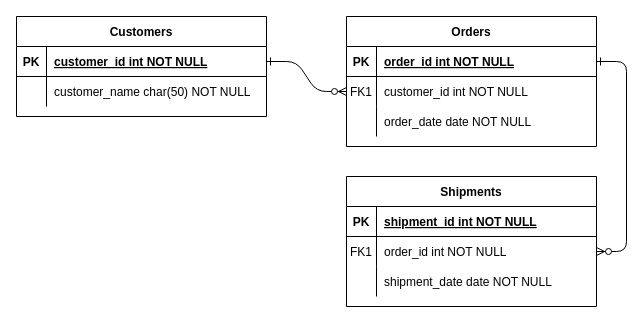
Before: Диаграмма без названия.drawio in SpacyWork/StudentProject, a draw.io diagram. Source tidied: cells renumbered, new cells numbered last; positions are measured from the earlier drawing's top-left corner, leaving out a move shared by most shapes. Both pictures are drawn from the tidied source at 100%, with x=0, y=0 at pixel (16, 16).
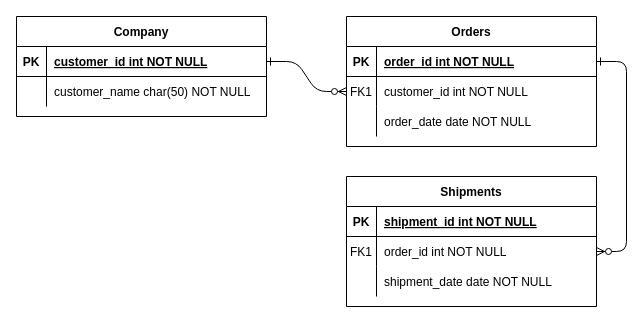
The same diagram, later.

The edit, as a diff of the source:
```diff
@@
-    <mxCell id="24" value="Customers" style="shape=table;startSize=30;childLayout=tableLayout;rowLines=0;fontStyle=1;align=center;" parent="1" vertex="1">
+    <mxCell id="24" value="Company" style="shape=table;startSize=30;childLayout=tableLayout;rowLines=0;fontStyle=1;align=center;" parent="1" vertex="1">
       <mxGeometry width="250" height="100" as="geometry" />
     </mxCell>
```
